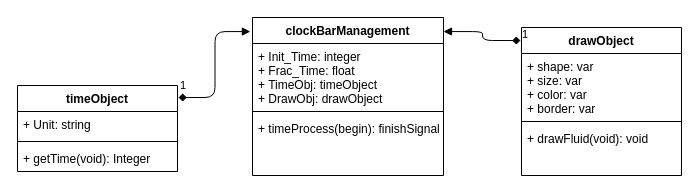
tda1312/USTH-SE-2019 keeps this draw.io diagram as group-8/clock_bar/low level design/lowleveldesign.drawio. Above is the earlier version. Source tidied: cells renumbered, new cells numbered last; positions are measured from the earlier drawing's top-left corner, leaving out a move shared by most shapes. Both pictures are drawn from the tidied source at 100%, with x=0, y=0 at pixel (17, 17).
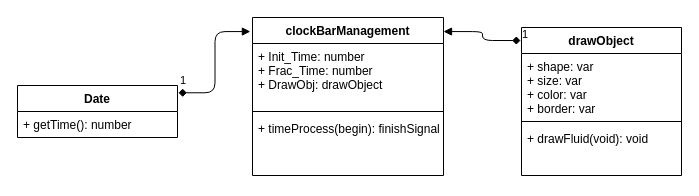
The same page after the edit.

Commit message (it also covers changes not shown here):
refactor low level design

Change to the diagram source:
```diff
@@
 <mxGraphModel>
   <root>
     <mxCell id="0" />
     <mxCell id="1" parent="0" />
-    <mxCell id="2" value="timeObject" style="swimlane;fontStyle=1;align=center;verticalAlign=top;horizontal=1;startSize=26;" parent="1" vertex="1">
-      <mxGeometry y="68" width="160" height="86" as="geometry" />
+    <mxCell id="2" value="Date" style="swimlane;fontStyle=1;align=center;verticalAlign=top;horizontal=1;startSize=26;" parent="1" vertex="1">
+      <mxGeometry y="68" width="160" height="52" as="geometry" />
     </mxCell>
-    <mxCell id="3" value="+ Unit: string" style="text;strokeColor=none;fillColor=none;align=left;verticalAlign=top;spacingLeft=4;spacingRight=4;overflow=hidden;" parent="2" vertex="1">
-      <mxGeometry y="26" width="160" height="26" as="geometry" />
-    </mxCell>
-    <mxCell id="4" style="line;strokeWidth=1;fillColor=none;align=left;verticalAlign=middle;spacingTop=-1;spacingLeft=3;spacingRight=3;labelPosition=right;" parent="2" vertex="1">
-      <mxGeometry y="52" width="160" height="8" as="geometry" />
-    </mxCell>
-    <mxCell id="5" value="+ getTime(void): Integer" style="text;strokeColor=none;fillColor=none;align=left;verticalAlign=top;spacingLeft=4;spacingRight=4;overflow=hidden;" parent="2" vertex="1">
-      <mxGeometry y="60" width="160" height="26" as="geometry" />
+    <mxCell id="5" value="+ getTime(): number" style="text;strokeColor=none;fillColor=none;align=left;verticalAlign=top;spacingLeft=4;spacingRight=4;overflow=hidden;" parent="2" vertex="1">
+      <mxGeometry y="26" width="160" height="26" as="geometry" />
     </mxCell>
     <mxCell id="6" value="clockBarManagement" style="swimlane;fontStyle=1;align=center;verticalAlign=top;horizontal=1;startSize=26;" parent="1" vertex="1">
       <mxGeometry x="235" width="191" height="158" as="geometry" />
     </mxCell>
-    <mxCell id="7" value="+ Init_Time: integer&#10;+ Frac_Time: float&#10;+ TimeObj: timeObject&#10;+ DrawObj: drawObject&#10;&#10;&#10;" style="text;strokeColor=none;fillColor=none;align=left;verticalAlign=top;spacingLeft=4;spacingRight=4;overflow=hidden;" parent="6" vertex="1">
+    <mxCell id="7" value="+ Init_Time: number&#10;+ Frac_Time: number&#10;+ DrawObj: drawObject&#10;&#10;&#10;" style="text;strokeColor=none;fillColor=none;align=left;verticalAlign=top;spacingLeft=4;spacingRight=4;overflow=hidden;" parent="6" vertex="1">
       <mxGeometry y="26" width="191" height="64" as="geometry" />
     </mxCell>
     <mxCell id="8" style="line;strokeWidth=1;fillColor=none;align=left;verticalAlign=middle;spacingTop=-1;spacingLeft=3;spacingRight=3;labelPosition=right;" parent="6" vertex="1">
       <mxGeometry y="90" width="191" height="8" as="geometry" />
     </mxCell>
     <mxCell id="9" value="+ timeProcess(begin): finishSignal&#10;&#10;" style="text;strokeColor=none;fillColor=none;align=left;verticalAlign=top;spacingLeft=4;spacingRight=4;overflow=hidden;" parent="6" vertex="1">
       <mxGeometry y="98" width="191" height="60" as="geometry" />
     </mxCell>
     <mxCell id="10" value="drawObject" style="swimlane;fontStyle=1;align=center;verticalAlign=top;horizontal=1;startSize=26;" parent="1" vertex="1">
       <mxGeometry x="504" y="10" width="160" height="148" as="geometry" />
     </mxCell>
     <mxCell id="11" value="+ shape: var&#10;+ size: var&#10;+ color: var&#10;+ border: var&#10;&#10;" style="text;strokeColor=none;fillColor=none;align=left;verticalAlign=top;spacingLeft=4;spacingRight=4;overflow=hidden;" parent="10" vertex="1">
       <mxGeometry y="26" width="160" height="64" as="geometry" />
     </mxCell>
     <mxCell id="12" style="line;strokeWidth=1;fillColor=none;align=left;verticalAlign=middle;spacingTop=-1;spacingLeft=3;spacingRight=3;labelPosition=right;" parent="10" vertex="1">
       <mxGeometry y="90" width="160" height="8" as="geometry" />
     </mxCell>
     <mxCell id="13" value="+ drawFluid(void): void" style="text;strokeColor=none;fillColor=none;align=left;verticalAlign=top;spacingLeft=4;spacingRight=4;overflow=hidden;" parent="10" vertex="1">
       <mxGeometry y="98" width="160" height="50" as="geometry" />
     </mxCell>
     <mxCell id="14" value="1" style="endArrow=block;html=1;endSize=6;startArrow=diamond;startSize=6;startFill=1;edgeStyle=orthogonalEdgeStyle;align=left;verticalAlign=bottom;exitX=1.006;exitY=0.14;exitDx=0;exitDy=0;exitPerimeter=0;endFill=1;entryX=-0.011;entryY=0.089;entryDx=0;entryDy=0;entryPerimeter=0;" parent="1" edge="1" source="2" target="6">
       <mxGeometry x="-1" y="3" relative="1" as="geometry" />
     </mxCell>
     <mxCell id="15" value="1" style="endArrow=block;html=1;endSize=6;startArrow=diamond;startSize=6;startFill=1;edgeStyle=orthogonalEdgeStyle;align=left;verticalAlign=bottom;entryX=1;entryY=0.089;entryDx=0;entryDy=0;endFill=1;entryPerimeter=0;exitX=-0.006;exitY=0.088;exitDx=0;exitDy=0;exitPerimeter=0;" parent="1" edge="1" source="10" target="6">
       <mxGeometry x="-1" y="3" relative="1" as="geometry" />
     </mxCell>
   </root>
 </mxGraphModel>
```
